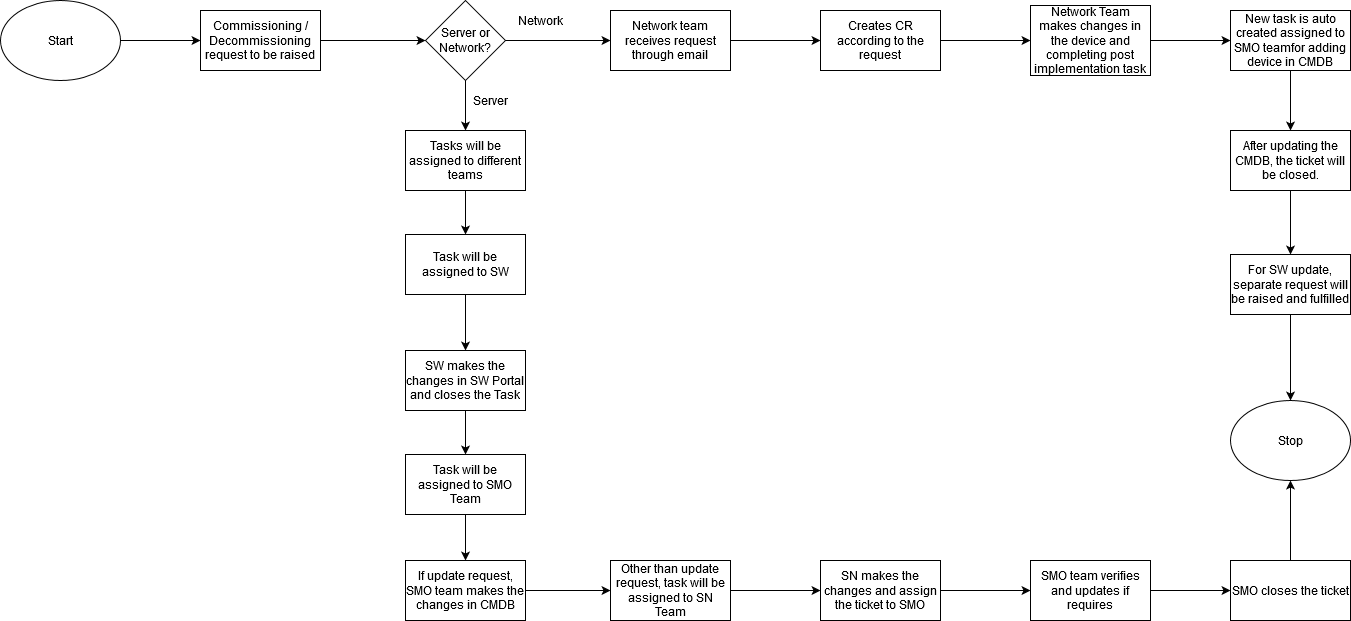
This is CR Commissioning Decommissioning.png from Jyotiprakash-Parida/process-diagram, a draw.io export, as it was before one commit. Source tidied: cells renumbered, new cells last; positions are measured from the earlier drawing's top-left corner, leaving out a move shared by most shapes.
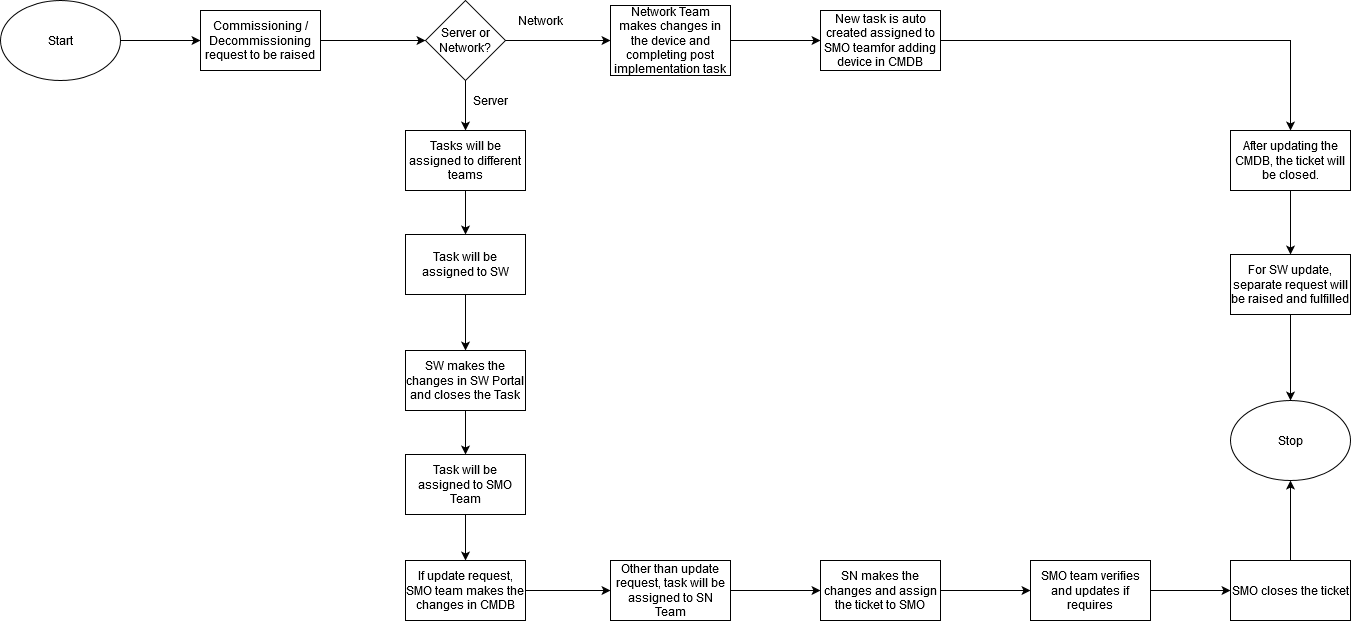
The same diagram one commit later.

Diff of the diagram source:
```diff
@@ -67,35 +67,28 @@
     <mxCell id="22" value="Stop" style="ellipse;whiteSpace=wrap;html=1;" parent="1" vertex="1">
       <mxGeometry x="1230" y="400" width="120" height="80" as="geometry" />
     </mxCell>
-    <mxCell id="23" style="edgeStyle=orthogonalEdgeStyle;rounded=0;jettySize=auto;html=1;" parent="1" edge="1" source="24" target="26">
-      <mxGeometry relative="1" as="geometry" />
+    <mxCell id="23" style="edgeStyle=orthogonalEdgeStyle;rounded=0;jettySize=auto;html=1;" parent="1" edge="1" source="24">
+      <mxGeometry relative="1" as="geometry">
+        <mxPoint x="610" y="40" as="targetPoint" />
+      </mxGeometry>
     </mxCell>
     <mxCell id="24" value="Server or Network?" style="rhombus;whiteSpace=wrap;html=1;" parent="1" vertex="1">
       <mxGeometry x="425" width="80" height="80" as="geometry" />
     </mxCell>
-    <mxCell id="25" style="edgeStyle=orthogonalEdgeStyle;rounded=0;jettySize=auto;html=1;" parent="1" edge="1" source="26" target="28">
-      <mxGeometry relative="1" as="geometry" />
+    <mxCell id="25" style="edgeStyle=orthogonalEdgeStyle;rounded=0;orthogonalLoop=1;jettySize=auto;html=1;" parent="1" edge="1">
+      <mxGeometry relative="1" as="geometry">
+        <mxPoint x="730" y="40" as="sourcePoint" />
+        <mxPoint x="820" y="40" as="targetPoint" />
+      </mxGeometry>
     </mxCell>
-    <mxCell id="26" value="Network team receives request through email" style="rounded=0;whiteSpace=wrap;html=1;" parent="1" vertex="1">
-      <mxGeometry x="610" y="10" width="120" height="60" as="geometry" />
-    </mxCell>
-    <mxCell id="27" style="edgeStyle=orthogonalEdgeStyle;rounded=0;jettySize=auto;html=1;" parent="1" edge="1" source="28" target="30">
-      <mxGeometry relative="1" as="geometry" />
-    </mxCell>
-    <mxCell id="28" value="Creates CR according to the request" style="rounded=0;whiteSpace=wrap;html=1;" parent="1" vertex="1">
-      <mxGeometry x="820" y="10" width="120" height="60" as="geometry" />
-    </mxCell>
-    <mxCell id="29" style="edgeStyle=orthogonalEdgeStyle;rounded=0;jettySize=auto;html=1;" parent="1" edge="1" source="30" target="32">
-      <mxGeometry relative="1" as="geometry" />
-    </mxCell>
     <mxCell id="30" value="Network Team makes changes in the device and completing post implementation task" style="rounded=0;whiteSpace=wrap;html=1;" parent="1" vertex="1">
-      <mxGeometry x="1030" y="5" width="120" height="70" as="geometry" />
+      <mxGeometry x="610" y="5" width="120" height="70" as="geometry" />
     </mxCell>
     <mxCell id="31" style="edgeStyle=orthogonalEdgeStyle;rounded=0;jettySize=auto;html=1;" parent="1" edge="1" source="32" target="34">
       <mxGeometry relative="1" as="geometry" />
     </mxCell>
     <mxCell id="32" value="New task is auto created assigned to SMO teamfor adding device in CMDB" style="rounded=0;whiteSpace=wrap;html=1;" parent="1" vertex="1">
-      <mxGeometry x="1230" y="10" width="120" height="60" as="geometry" />
+      <mxGeometry x="820" y="10" width="120" height="60" as="geometry" />
     </mxCell>
     <mxCell id="33" style="edgeStyle=orthogonalEdgeStyle;rounded=0;jettySize=auto;html=1;" parent="1" edge="1" source="34" target="36">
       <mxGeometry relative="1" as="geometry" />
```
